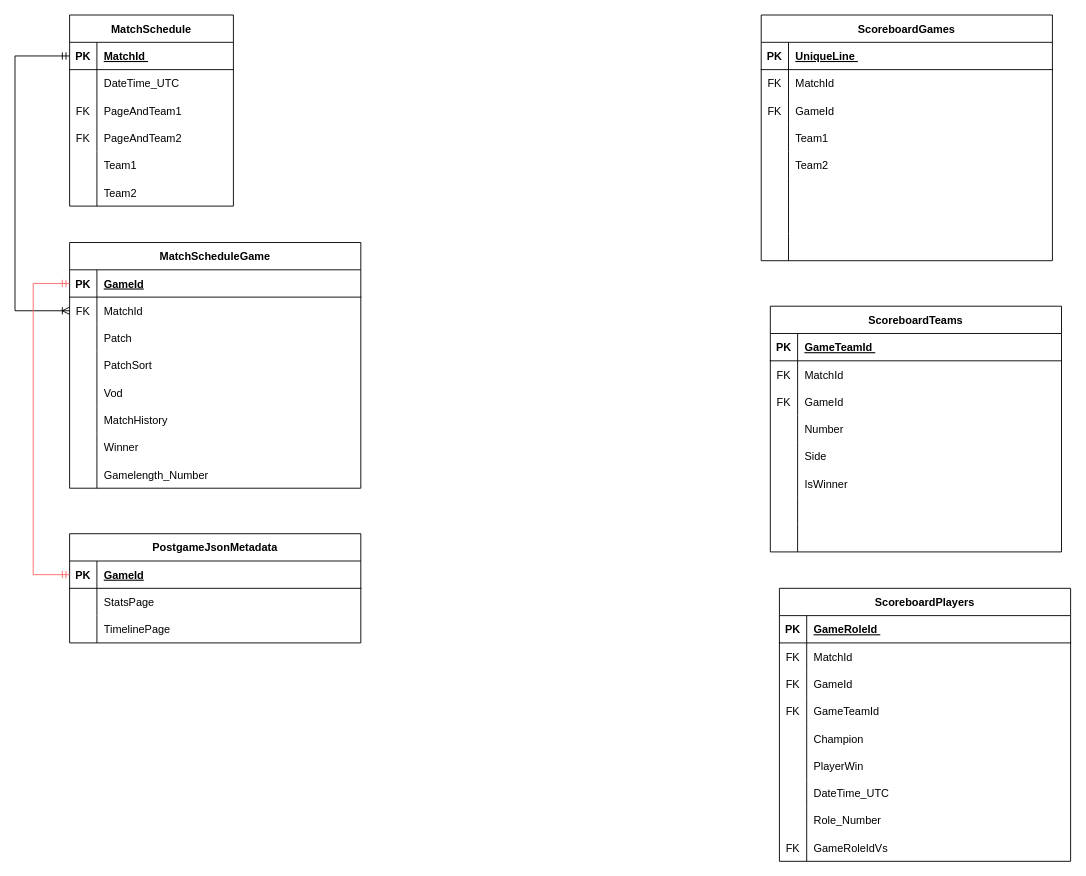
EderReisS/API_LoL keeps this draw.io diagram as Untitled Diagram.drawio. Above is the earlier version. Source tidied: cells renumbered, new cells numbered last; positions are measured from the earlier drawing's top-left corner, leaving out a move shared by most shapes. Both pictures are drawn from the tidied source at 91%, with x=0, y=0 at pixel (15, 15).
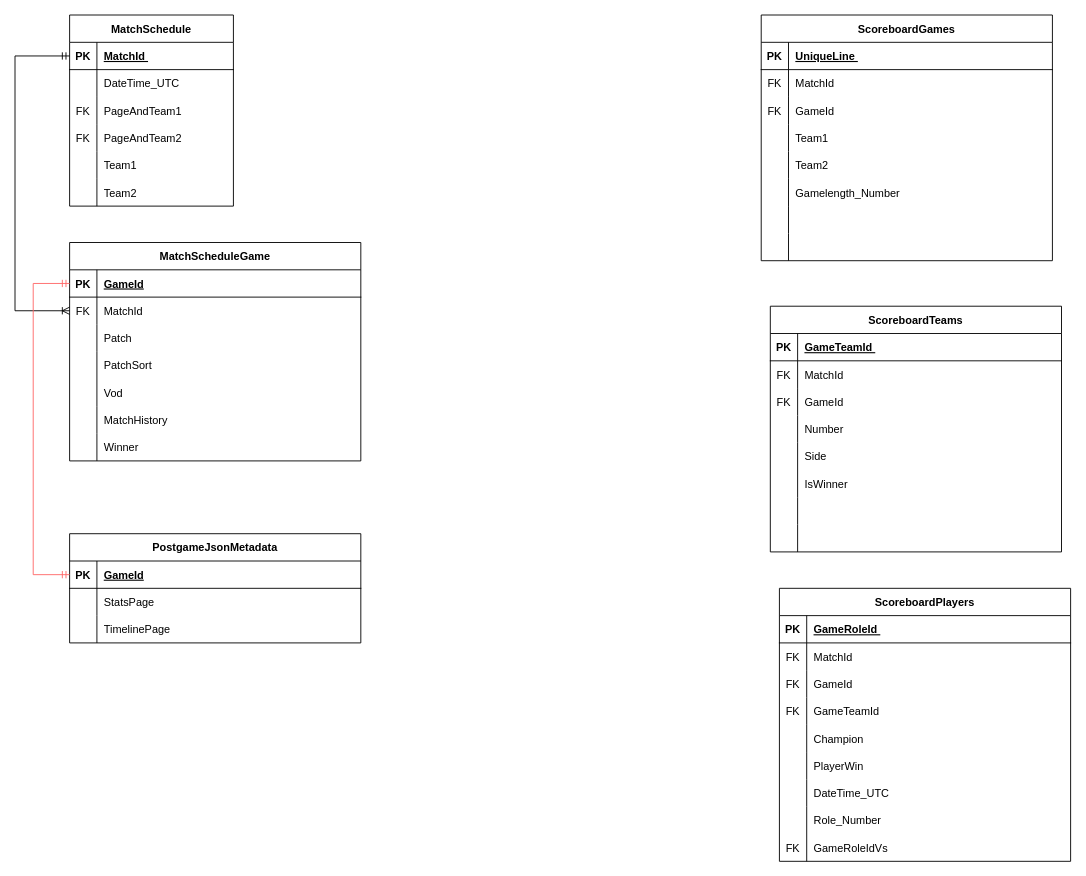
The same diagram, later.

Commit message:
ajuste de scored games de duração de jogos

The change refers to these unchanged cells:
```xml
<mxCell id="74" style="shape=tableRow;horizontal=0;startSize=0;swimlaneHead=0;swimlaneBody=0;fillColor=none;top=0;left=0;right=0;bottom=0;" parent="58" vertex="1">
  <mxGeometry y="180" width="320" height="30" as="geometry" />
</mxCell>
```

Change to the diagram source:
```diff
@@
     <mxCell id="21" value="MatchScheduleGame" style="shape=table;startSize=30;childLayout=tableLayout;rowLines=0;fontStyle=1;align=center;" parent="1" vertex="1">
-      <mxGeometry x="60" y="250" width="320" height="270" as="geometry" />
+      <mxGeometry x="60" y="250" width="320" height="240" as="geometry" />
     </mxCell>
@@
-    <mxCell id="43" style="shape=tableRow;horizontal=0;startSize=0;swimlaneHead=0;swimlaneBody=0;fillColor=none;top=0;left=0;right=0;bottom=0;" parent="21" vertex="1">
-      <mxGeometry y="240" width="320" height="30" as="geometry" />
-    </mxCell>
-    <mxCell id="44" style="shape=partialRectangle;fillColor=none;top=0;left=0;bottom=0;right=0;overflow=hidden;" parent="43" vertex="1">
-      <mxGeometry width="30" height="30" as="geometry" />
-    </mxCell>
-    <mxCell id="45" value="Gamelength_Number" style="shape=partialRectangle;fillColor=none;top=0;left=0;bottom=0;right=0;align=left;spacingLeft=6;overflow=hidden;" parent="43" vertex="1">
-      <mxGeometry x="30" width="290" height="30" as="geometry" />
-    </mxCell>
@@
-    <mxCell id="76" style="shape=partialRectangle;fillColor=none;top=0;left=0;bottom=0;right=0;align=left;spacingLeft=6;overflow=hidden;" parent="74" vertex="1">
+    <mxCell id="76" value="Gamelength_Number " style="shape=partialRectangle;fillColor=none;top=0;left=0;bottom=0;right=0;align=left;spacingLeft=6;overflow=hidden;" parent="74" vertex="1">
       <mxGeometry x="30" width="290" height="30" as="geometry" />
     </mxCell>
```
